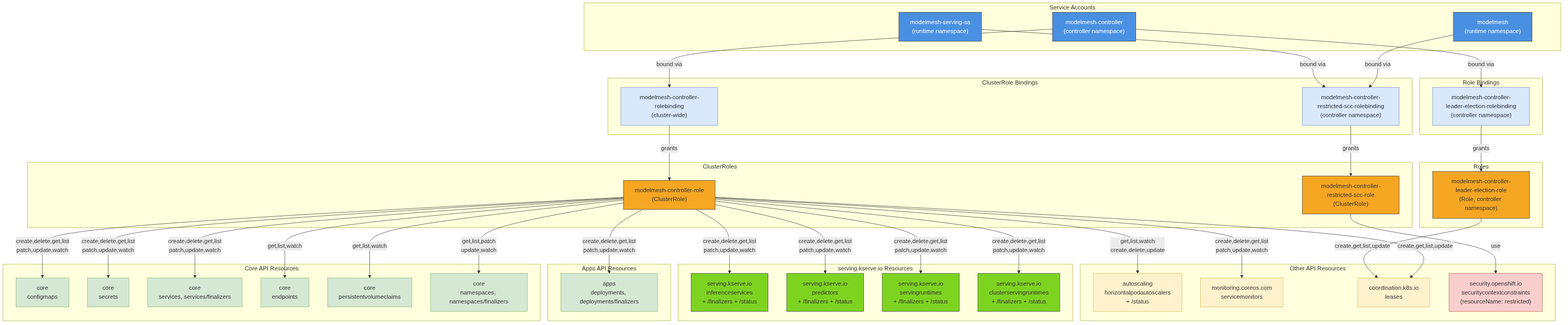
This is architecture/rhoai.next/diagrams/modelmesh-serving-rbac.png from rhuss/architecture-context, a Mermaid export, as it was before one commit. Its source is kept beside it as architecture/rhoai.next/diagrams/modelmesh-serving-rbac.mmd.
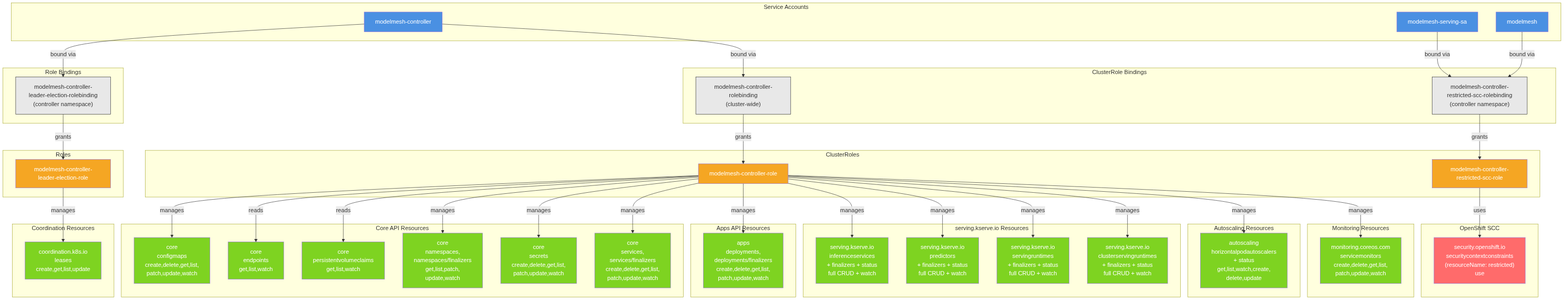
After the commit.

The edit, as a diff of the source:
```diff
@@ -1,107 +1,113 @@
 graph TD
-    subgraph "Service Accounts"
-        SA_Controller["modelmesh-controller<br/>(controller namespace)"]
-        SA_MM["modelmesh<br/>(runtime namespace)"]
-        SA_Serving["modelmesh-serving-sa<br/>(runtime namespace)"]
+    subgraph ServiceAccounts["Service Accounts"]
+        SA_Controller["modelmesh-controller"]
+        SA_ModelMesh["modelmesh"]
+        SA_ServingSA["modelmesh-serving-sa"]
     end
 
-    subgraph "ClusterRole Bindings"
+    subgraph ClusterRoleBindings["ClusterRole Bindings"]
         CRB_Main["modelmesh-controller-rolebinding<br/>(cluster-wide)"]
         CRB_SCC["modelmesh-controller-restricted-scc-rolebinding<br/>(controller namespace)"]
     end
 
-    subgraph "Role Bindings"
+    subgraph RoleBindings["Role Bindings"]
         RB_Leader["modelmesh-controller-leader-election-rolebinding<br/>(controller namespace)"]
     end
 
-    subgraph "ClusterRoles"
-        CR_Main["modelmesh-controller-role<br/>(ClusterRole)"]
-        CR_SCC["modelmesh-controller-restricted-scc-role<br/>(ClusterRole)"]
+    subgraph ClusterRoles["ClusterRoles"]
+        CR_Main["modelmesh-controller-role"]
+        CR_SCC["modelmesh-controller-restricted-scc-role"]
     end
 
-    subgraph "Roles"
-        R_Leader["modelmesh-controller-leader-election-role<br/>(Role, controller namespace)"]
+    subgraph Roles["Roles"]
+        R_Leader["modelmesh-controller-leader-election-role"]
     end
 
-    subgraph "Core API Resources"
-        ConfigMaps["core<br/>configmaps"]
-        Secrets["core<br/>secrets"]
-        Services["core<br/>services, services/finalizers"]
-        Endpoints["core<br/>endpoints"]
-        PVCs["core<br/>persistentvolumeclaims"]
-        Namespaces["core<br/>namespaces, namespaces/finalizers"]
+    subgraph CoreResources["Core API Resources"]
+        ConfigMaps["core<br/>configmaps<br/>create,delete,get,list,<br/>patch,update,watch"]
+        Endpoints["core<br/>endpoints<br/>get,list,watch"]
+        PVCs["core<br/>persistentvolumeclaims<br/>get,list,watch"]
+        Namespaces["core<br/>namespaces,<br/>namespaces/finalizers<br/>get,list,patch,<br/>update,watch"]
+        Secrets["core<br/>secrets<br/>create,delete,get,list,<br/>patch,update,watch"]
+        Services["core<br/>services,<br/>services/finalizers<br/>create,delete,get,list,<br/>patch,update,watch"]
     end
 
-    subgraph "Apps API Resources"
-        Deployments["apps<br/>deployments, deployments/finalizers"]
+    subgraph AppsResources["Apps API Resources"]
+        Deployments["apps<br/>deployments,<br/>deployments/finalizers<br/>create,delete,get,list,<br/>patch,update,watch"]
     end
 
-    subgraph "serving.kserve.io Resources"
-        InferenceServices["serving.kserve.io<br/>inferenceservices<br/>+ /finalizers + /status"]
-        Predictors["serving.kserve.io<br/>predictors<br/>+ /finalizers + /status"]
-        ServingRuntimes["serving.kserve.io<br/>servingruntimes<br/>+ /finalizers + /status"]
-        ClusterServingRuntimes["serving.kserve.io<br/>clusterservingruntimes<br/>+ /finalizers + /status"]
+    subgraph ServingResources["serving.kserve.io Resources"]
+        InferenceServices["serving.kserve.io<br/>inferenceservices<br/>+ finalizers + status<br/>full CRUD + watch"]
+        Predictors["serving.kserve.io<br/>predictors<br/>+ finalizers + status<br/>full CRUD + watch"]
+        ServingRuntimes["serving.kserve.io<br/>servingruntimes<br/>+ finalizers + status<br/>full CRUD + watch"]
+        ClusterServingRuntimes["serving.kserve.io<br/>clusterservingruntimes<br/>+ finalizers + status<br/>full CRUD + watch"]
     end
 
-    subgraph "Other API Resources"
-        HPAs["autoscaling<br/>horizontalpodautoscalers<br/>+ /status"]
-        ServiceMonitors["monitoring.coreos.com<br/>servicemonitors"]
-        Leases["coordination.k8s.io<br/>leases"]
-        SCCs["security.openshift.io<br/>securitycontextconstraints<br/>(resourceName: restricted)"]
+    subgraph AutoscalingResources["Autoscaling Resources"]
+        HPAs["autoscaling<br/>horizontalpodautoscalers<br/>+ status<br/>get,list,watch,create,<br/>delete,update"]
     end
 
-    SA_Controller -->|"bound via"| CRB_Main
-    SA_Controller -->|"bound via"| RB_Leader
-    SA_MM -->|"bound via"| CRB_SCC
-    SA_Serving -->|"bound via"| CRB_SCC
+    subgraph MonitoringResources["Monitoring Resources"]
+        ServiceMonitors["monitoring.coreos.com<br/>servicemonitors<br/>create,delete,get,list,<br/>patch,update,watch"]
+    end
 
-    CRB_Main -->|"grants"| CR_Main
-    CRB_SCC -->|"grants"| CR_SCC
-    RB_Leader -->|"grants"| R_Leader
+    subgraph CoordinationResources["Coordination Resources"]
+        Leases["coordination.k8s.io<br/>leases<br/>create,get,list,update"]
+    end
 
-    CR_Main -->|"create,delete,get,list<br/>patch,update,watch"| ConfigMaps
-    CR_Main -->|"create,delete,get,list<br/>patch,update,watch"| Secrets
-    CR_Main -->|"create,delete,get,list<br/>patch,update,watch"| Services
-    CR_Main -->|"get,list,watch"| Endpoints
-    CR_Main -->|"get,list,watch"| PVCs
-    CR_Main -->|"get,list,patch<br/>update,watch"| Namespaces
+    subgraph SCCResources["OpenShift SCC"]
+        RestrictedSCC["security.openshift.io<br/>securitycontextconstraints<br/>(resourceName: restricted)<br/>use"]
+    end
 
-    CR_Main -->|"create,delete,get,list<br/>patch,update,watch"| Deployments
+    SA_Controller -->|bound via| CRB_Main
+    SA_Controller -->|bound via| RB_Leader
+    SA_ModelMesh -->|bound via| CRB_SCC
+    SA_ServingSA -->|bound via| CRB_SCC
 
-    CR_Main -->|"create,delete,get,list<br/>patch,update,watch"| InferenceServices
-    CR_Main -->|"create,delete,get,list<br/>patch,update,watch"| Predictors
-    CR_Main -->|"create,delete,get,list<br/>patch,update,watch"| ServingRuntimes
-    CR_Main -->|"create,delete,get,list<br/>patch,update,watch"| ClusterServingRuntimes
+    CRB_Main -->|grants| CR_Main
+    CRB_SCC -->|grants| CR_SCC
+    RB_Leader -->|grants| R_Leader
 
-    CR_Main -->|"get,list,watch<br/>create,delete,update"| HPAs
-    CR_Main -->|"create,delete,get,list<br/>patch,update,watch"| ServiceMonitors
-    CR_Main -->|"create,get,list,update"| Leases
+    CR_Main -->|manages| ConfigMaps
+    CR_Main -->|reads| Endpoints
+    CR_Main -->|reads| PVCs
+    CR_Main -->|manages| Namespaces
+    CR_Main -->|manages| Secrets
+    CR_Main -->|manages| Services
+    CR_Main -->|manages| Deployments
+    CR_Main -->|manages| InferenceServices
+    CR_Main -->|manages| Predictors
+    CR_Main -->|manages| ServingRuntimes
+    CR_Main -->|manages| ClusterServingRuntimes
+    CR_Main -->|manages| HPAs
+    CR_Main -->|manages| ServiceMonitors
 
-    CR_SCC -->|"use"| SCCs
+    R_Leader -->|manages| Leases
 
-    R_Leader -->|"create,get,list,update"| Leases
+    CR_SCC -->|uses| RestrictedSCC
 
-    style SA_Controller fill:#4a90e2,stroke:#333,color:#fff
-    style SA_MM fill:#4a90e2,stroke:#333,color:#fff
-    style SA_Serving fill:#4a90e2,stroke:#333,color:#fff
-    style CR_Main fill:#f5a623,stroke:#333
-    style CR_SCC fill:#f5a623,stroke:#333
-    style R_Leader fill:#f5a623,stroke:#333
-    style CRB_Main fill:#dae8fc,stroke:#6c8ebf
-    style CRB_SCC fill:#dae8fc,stroke:#6c8ebf
-    style RB_Leader fill:#dae8fc,stroke:#6c8ebf
-    style InferenceServices fill:#7ed321,stroke:#333
-    style Predictors fill:#7ed321,stroke:#333
-    style ServingRuntimes fill:#7ed321,stroke:#333
-    style ClusterServingRuntimes fill:#7ed321,stroke:#333
-    style ConfigMaps fill:#d5e8d4,stroke:#82b366
-    style Secrets fill:#d5e8d4,stroke:#82b366
-    style Services fill:#d5e8d4,stroke:#82b366
-    style Endpoints fill:#d5e8d4,stroke:#82b366
-    style PVCs fill:#d5e8d4,stroke:#82b366
-    style Namespaces fill:#d5e8d4,stroke:#82b366
-    style Deployments fill:#d5e8d4,stroke:#82b366
-    style HPAs fill:#fff2cc,stroke:#d6b656
-    style ServiceMonitors fill:#fff2cc,stroke:#d6b656
-    style Leases fill:#fff2cc,stroke:#d6b656
-    style SCCs fill:#f8cecc,stroke:#b85450
+    style SA_Controller fill:#4a90e2,color:#fff
+    style SA_ModelMesh fill:#4a90e2,color:#fff
+    style SA_ServingSA fill:#4a90e2,color:#fff
+    style CR_Main fill:#f5a623,color:#fff
+    style CR_SCC fill:#f5a623,color:#fff
+    style R_Leader fill:#f5a623,color:#fff
+    style CRB_Main fill:#e8e8e8,stroke:#333
+    style CRB_SCC fill:#e8e8e8,stroke:#333
+    style RB_Leader fill:#e8e8e8,stroke:#333
+
+    style ConfigMaps fill:#7ed321,color:#fff
+    style Endpoints fill:#7ed321,color:#fff
+    style PVCs fill:#7ed321,color:#fff
+    style Namespaces fill:#7ed321,color:#fff
+    style Secrets fill:#7ed321,color:#fff
+    style Services fill:#7ed321,color:#fff
+    style Deployments fill:#7ed321,color:#fff
+    style InferenceServices fill:#7ed321,color:#fff
+    style Predictors fill:#7ed321,color:#fff
+    style ServingRuntimes fill:#7ed321,color:#fff
+    style ClusterServingRuntimes fill:#7ed321,color:#fff
+    style HPAs fill:#7ed321,color:#fff
+    style ServiceMonitors fill:#7ed321,color:#fff
+    style Leases fill:#7ed321,color:#fff
+    style RestrictedSCC fill:#ff6b6b,color:#fff
```
